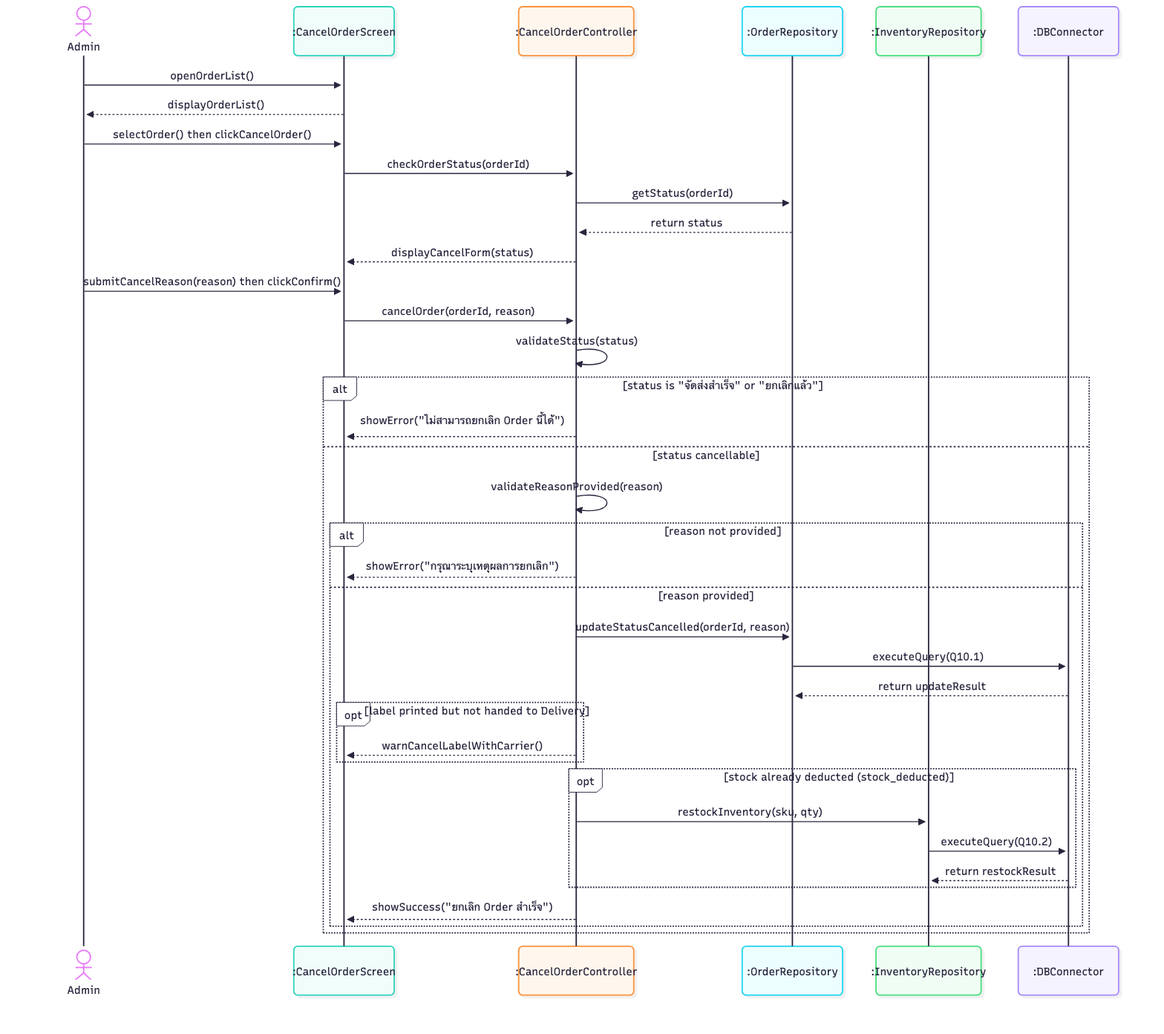
Earlier version of the Mermaid export 03-chapter2-use-case-descriptions/diagrams/png/7A-sequence.png (xbpkdi/321-sa-proj). Its source is kept beside it as 03-chapter2-use-case-descriptions/diagrams/mmd/7A-sequence.mmd.
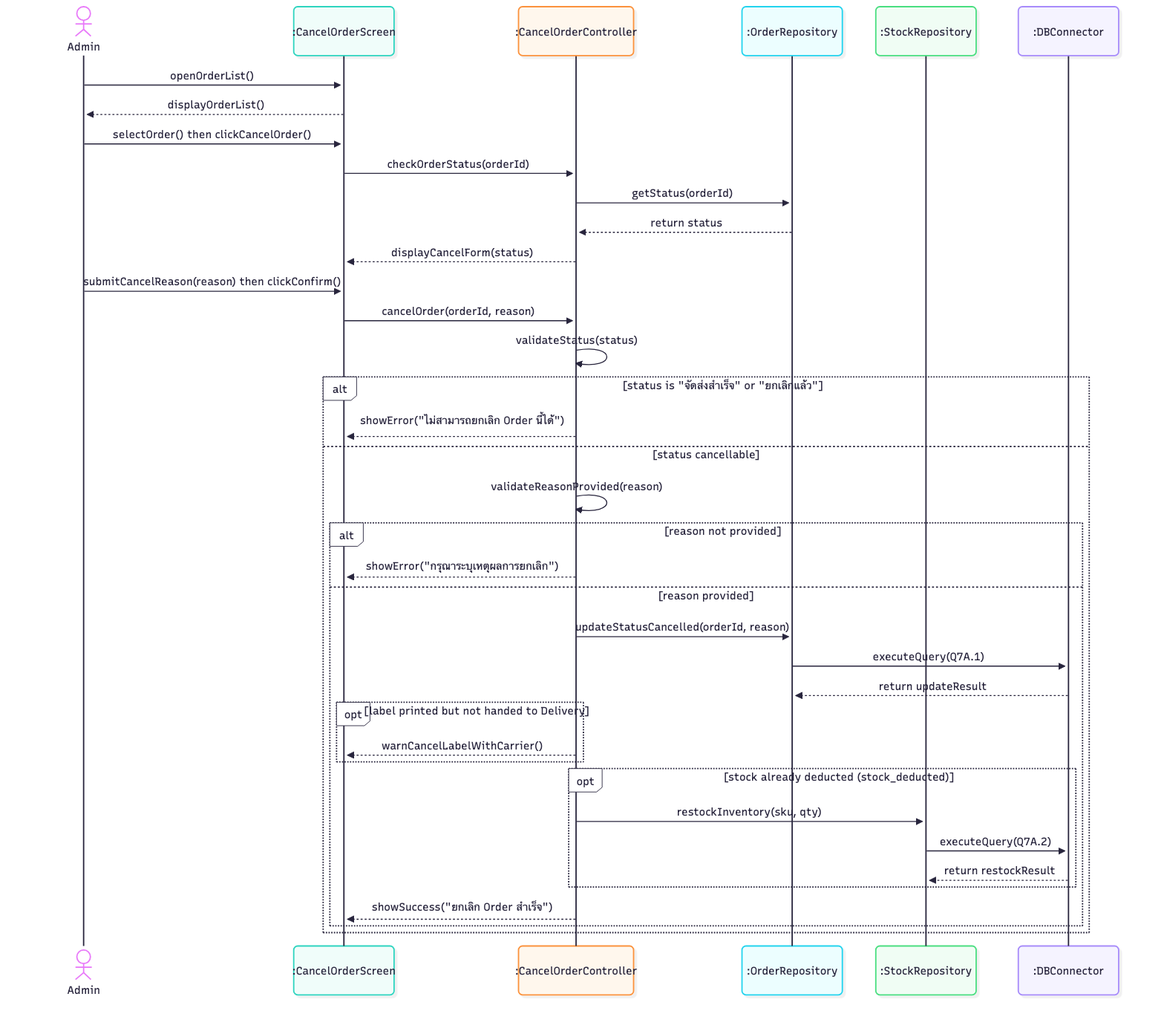
After the commit.

Diff of the diagram source:
```diff
@@ -3,7 +3,7 @@
     participant Screen as :CancelOrderScreen
     participant COC as :CancelOrderController
     participant OrderRepo as :OrderRepository
-    participant InvRepo as :InventoryRepository
+    participant StockRepo as :StockRepository
     participant DB as :DBConnector
 
     Admin->>Screen: openOrderList()
@@ -25,15 +25,15 @@
             COC-->>Screen: showError("กรุณาระบุเหตุผลการยกเลิก")
         else reason provided
             COC->>OrderRepo: updateStatusCancelled(orderId, reason)
-            OrderRepo->>DB: executeQuery(Q10.1)
+            OrderRepo->>DB: executeQuery(Q7A.1)
             DB-->>OrderRepo: return updateResult
             opt label printed but not handed to Delivery
                 COC-->>Screen: warnCancelLabelWithCarrier()
             end
             opt stock already deducted (stock_deducted)
-                COC->>InvRepo: restockInventory(sku, qty)
-                InvRepo->>DB: executeQuery(Q10.2)
-                DB-->>InvRepo: return restockResult
+                COC->>StockRepo: restockInventory(sku, qty)
+                StockRepo->>DB: executeQuery(Q7A.2)
+                DB-->>StockRepo: return restockResult
             end
             COC-->>Screen: showSuccess("ยกเลิก Order สำเร็จ")
         end
```
